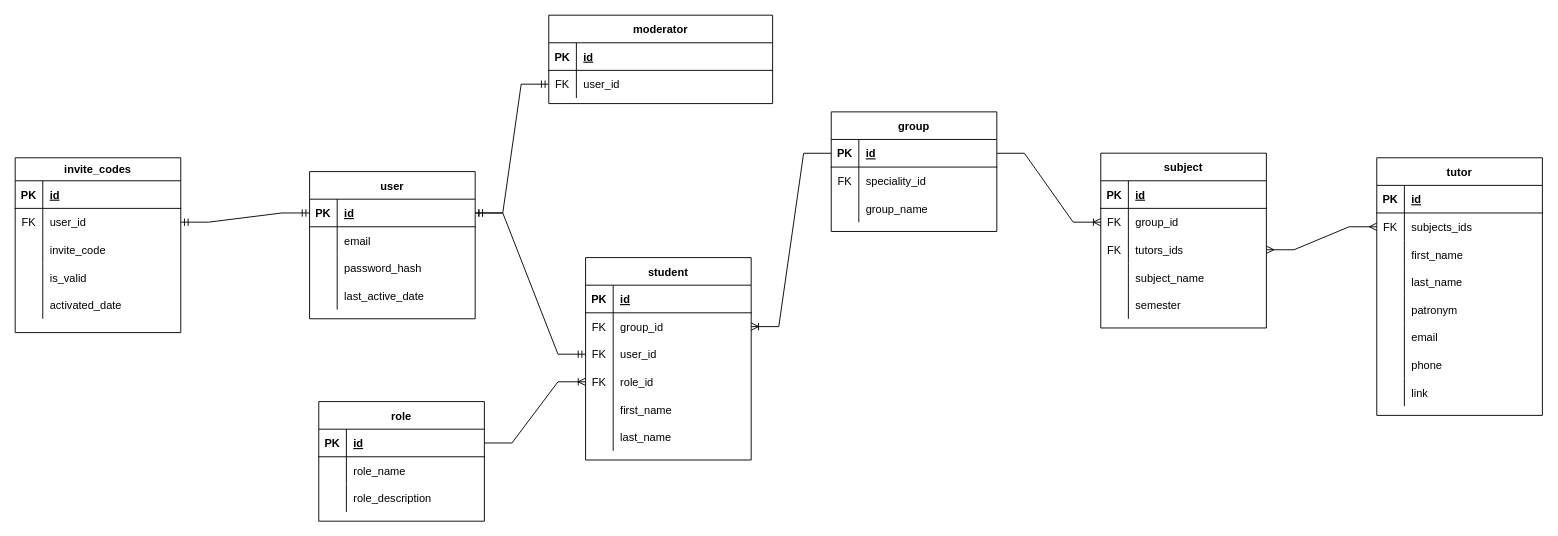
This is databases/logical_er_dadyarri.drawio from student-archive/backend, a draw.io file, before an edit. Source tidied: cells renumbered, new cells numbered last; positions are measured from the earlier drawing's top-left corner, leaving out a move shared by most shapes. Both pictures are drawn from the tidied source at 92%, with x=0, y=0 at pixel (15, 15).
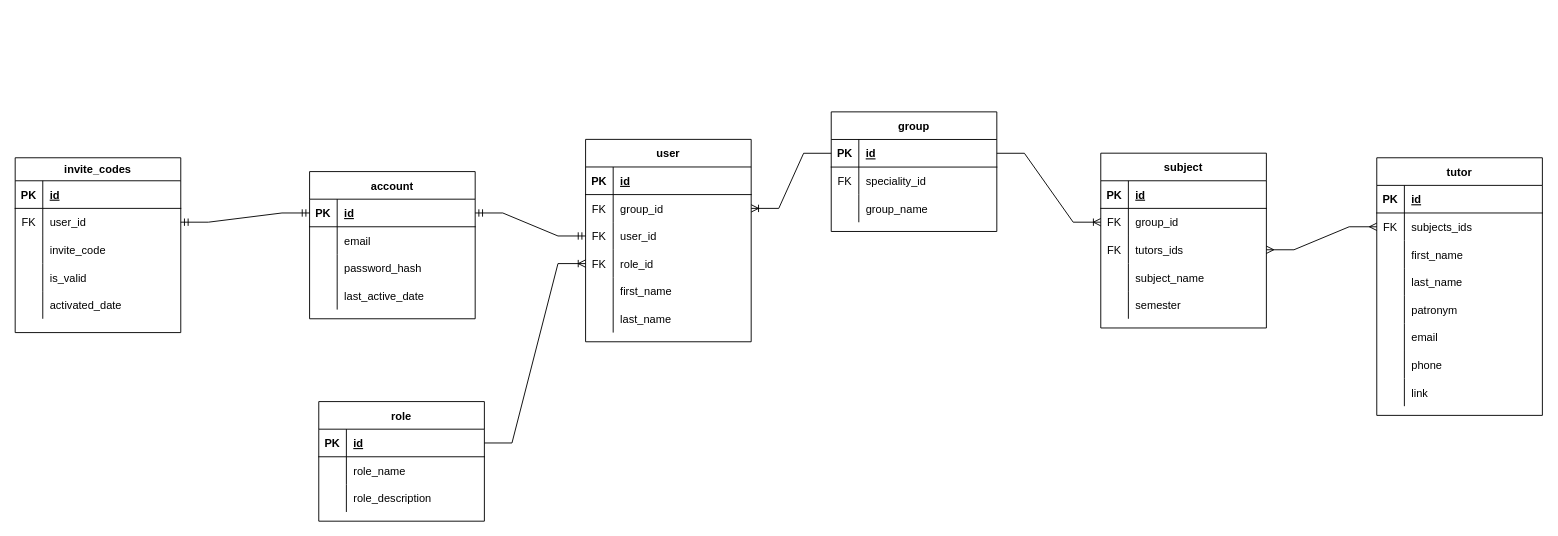
After the change.

Commit message:
fix(databases): update tables schema

Unchanged cells that the change refers to:
```xml
<mxCell id="63" style="shape=tableRow;horizontal=0;startSize=0;swimlaneHead=0;swimlaneBody=0;fillColor=none;points=[[0,0.5],[1,0.5]];portConstraint=eastwest;top=0;left=0;right=0;bottom=1;" parent="62" vertex="1">
  <mxGeometry y="30" width="180" height="30" as="geometry" />
</mxCell>
```

The edit, as a diff of the source:
```diff
@@
-    <mxCell id="2" value="moderator" style="shape=table;startSize=30;childLayout=tableLayout;rowLines=0;fontStyle=1;align=center;" parent="1" vertex="1">
-      <mxGeometry x="580" width="243.3" height="96.1" as="geometry" />
-    </mxCell>
-    <mxCell id="3" style="shape=tableRow;horizontal=0;startSize=0;swimlaneHead=0;swimlaneBody=0;fillColor=none;top=0;left=0;right=0;bottom=1;" parent="2" vertex="1">
-      <mxGeometry y="30" width="243.3" height="30" as="geometry" />
-    </mxCell>
-    <mxCell id="4" value="PK" style="shape=partialRectangle;fillColor=none;top=0;left=0;bottom=0;right=0;fontStyle=1;overflow=hidden;" parent="3" vertex="1">
-      <mxGeometry width="30" height="30" as="geometry" />
-    </mxCell>
-    <mxCell id="5" value="id" style="shape=partialRectangle;fillColor=none;top=0;left=0;bottom=0;right=0;align=left;spacingLeft=6;fontStyle=5;overflow=hidden;" parent="3" vertex="1">
-      <mxGeometry x="30" width="213.3" height="30" as="geometry" />
-    </mxCell>
-    <mxCell id="6" style="shape=tableRow;horizontal=0;startSize=0;swimlaneHead=0;swimlaneBody=0;fillColor=none;points=[[0,0.5],[1,0.5]];portConstraint=eastwest;top=0;left=0;right=0;bottom=0;" parent="2" vertex="1">
-      <mxGeometry y="60" width="243.3" height="30" as="geometry" />
-    </mxCell>
-    <mxCell id="7" value="FK" style="shape=partialRectangle;fillColor=none;top=0;left=0;bottom=0;right=0;overflow=hidden;" parent="6" vertex="1">
-      <mxGeometry width="30" height="30" as="geometry" />
-    </mxCell>
-    <mxCell id="8" value="user_id" style="shape=partialRectangle;fillColor=none;top=0;left=0;bottom=0;right=0;align=left;spacingLeft=6;overflow=hidden;" parent="6" vertex="1">
-      <mxGeometry x="30" width="213.3" height="30" as="geometry" />
-    </mxCell>
@@
-    <mxCell id="62" value="user" style="shape=table;startSize=30;childLayout=tableLayout;rowLines=0;fontStyle=1;align=center;" parent="1" vertex="1">
+    <mxCell id="62" value="account" style="shape=table;startSize=30;childLayout=tableLayout;rowLines=0;fontStyle=1;align=center;" parent="1" vertex="1">
       <mxGeometry x="320" y="170" width="180" height="160" as="geometry" />
     </mxCell>
@@
-    <mxCell id="75" value="student" style="shape=table;startSize=30;childLayout=tableLayout;rowLines=0;fontStyle=1;align=center;" parent="1" vertex="1">
-      <mxGeometry x="620" y="263.5" width="180" height="220" as="geometry" />
+    <mxCell id="75" value="user" style="shape=table;startSize=30;childLayout=tableLayout;rowLines=0;fontStyle=1;align=center;" parent="1" vertex="1">
+      <mxGeometry x="620" y="135" width="180" height="220" as="geometry" />
     </mxCell>
@@
-    <mxCell id="106" style="edgeStyle=entityRelationEdgeStyle;fontSize=12;html=1;endArrow=ERmandOne;startArrow=ERmandOne;rounded=0;entryX=0;entryY=0.5;entryDx=0;entryDy=0;exitX=1;exitY=0.5;exitDx=0;exitDy=0;" parent="1" edge="1" source="63" target="6">
-      <mxGeometry relative="1" as="geometry" />
-    </mxCell>
```
